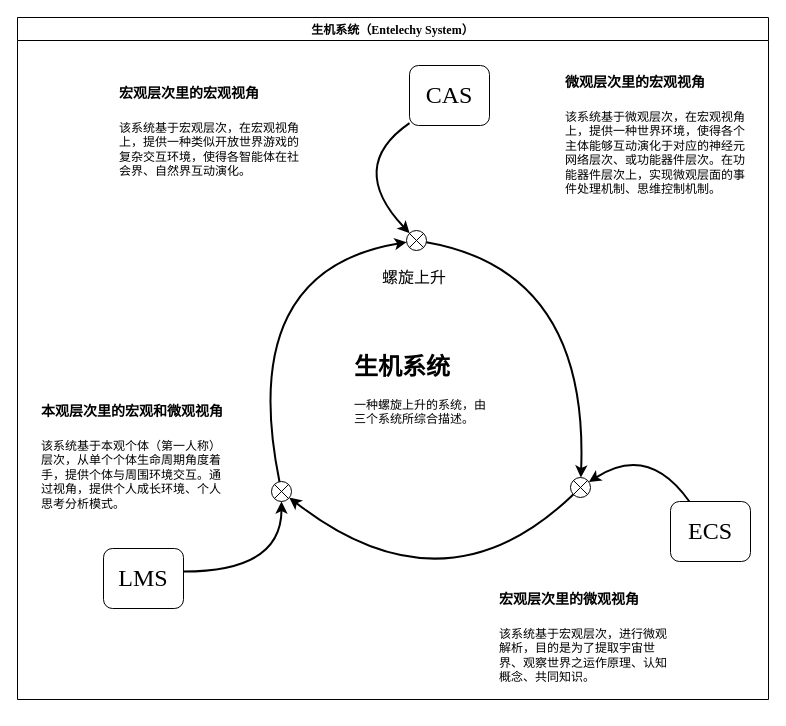
EntelechySystem/EntelechySystem_theory keeps this draw.io diagram as page "生机系统之总体框架" (1 of 11) of Analyse/总体分析框架.drawio. Above is the earlier version. Source tidied: cells renumbered, new cells numbered last; positions are measured from the earlier drawing's top-left corner, leaving out a move shared by most shapes. Both pictures are drawn from the tidied source at 100%, with x=0, y=0 at pixel (17, 17).
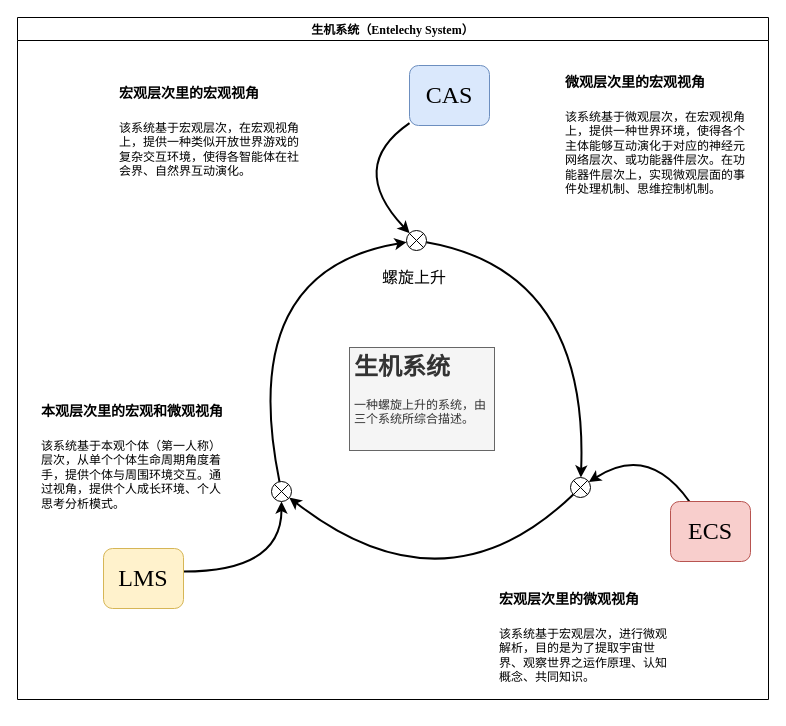
The same diagram, later.

Diff of the diagram source:
```diff
@@
-    <mxCell id="6" value="LMS" style="rounded=1;whiteSpace=wrap;html=1;fontFamily=Times New Roman;fontSize=24;" parent="1" vertex="1">
+    <mxCell id="6" value="LMS" style="rounded=1;whiteSpace=wrap;html=1;fontFamily=Times New Roman;fontSize=24;fillColor=#fff2cc;strokeColor=#d6b656;" parent="1" vertex="1">
       <mxGeometry x="86" y="531" width="80" height="60" as="geometry" />
     </mxCell>
@@
-    <mxCell id="8" value="ECS" style="rounded=1;whiteSpace=wrap;html=1;fontFamily=Times New Roman;fontSize=24;" parent="1" vertex="1">
+    <mxCell id="8" value="ECS" style="rounded=1;whiteSpace=wrap;html=1;fontFamily=Times New Roman;fontSize=24;fillColor=#f8cecc;strokeColor=#b85450;" parent="1" vertex="1">
       <mxGeometry x="653" y="484" width="80" height="60" as="geometry" />
     </mxCell>
@@
-    <mxCell id="11" value="CAS" style="rounded=1;whiteSpace=wrap;html=1;fontFamily=Times New Roman;fontSize=24;" parent="1" vertex="1">
+    <mxCell id="11" value="CAS" style="rounded=1;whiteSpace=wrap;html=1;fontFamily=Times New Roman;fontSize=24;fillColor=#dae8fc;strokeColor=#6c8ebf;" parent="1" vertex="1">
       <mxGeometry x="392" y="48" width="80" height="60" as="geometry" />
     </mxCell>
@@
-    <mxCell id="20" value="&lt;h1&gt;生机系统&lt;/h1&gt;&lt;p&gt;一种螺旋上升的系统，由三个系统所综合描述。&lt;/p&gt;" style="text;html=1;strokeColor=none;fillColor=none;spacing=5;spacingTop=-20;whiteSpace=wrap;overflow=hidden;rounded=0;fontFamily=Times New Roman;fontSize=12;" parent="1" vertex="1">
+    <mxCell id="20" value="&lt;h1&gt;生机系统&lt;/h1&gt;&lt;p&gt;一种螺旋上升的系统，由三个系统所综合描述。&lt;/p&gt;" style="text;html=1;strokeColor=#666666;fillColor=#f5f5f5;spacing=5;spacingTop=-20;whiteSpace=wrap;overflow=hidden;rounded=0;fontFamily=Times New Roman;fontSize=12;absoluteArcSize=0;fontColor=#333333;" parent="1" vertex="1">
       <mxGeometry x="332" y="330" width="145" height="103" as="geometry" />
     </mxCell>
```
